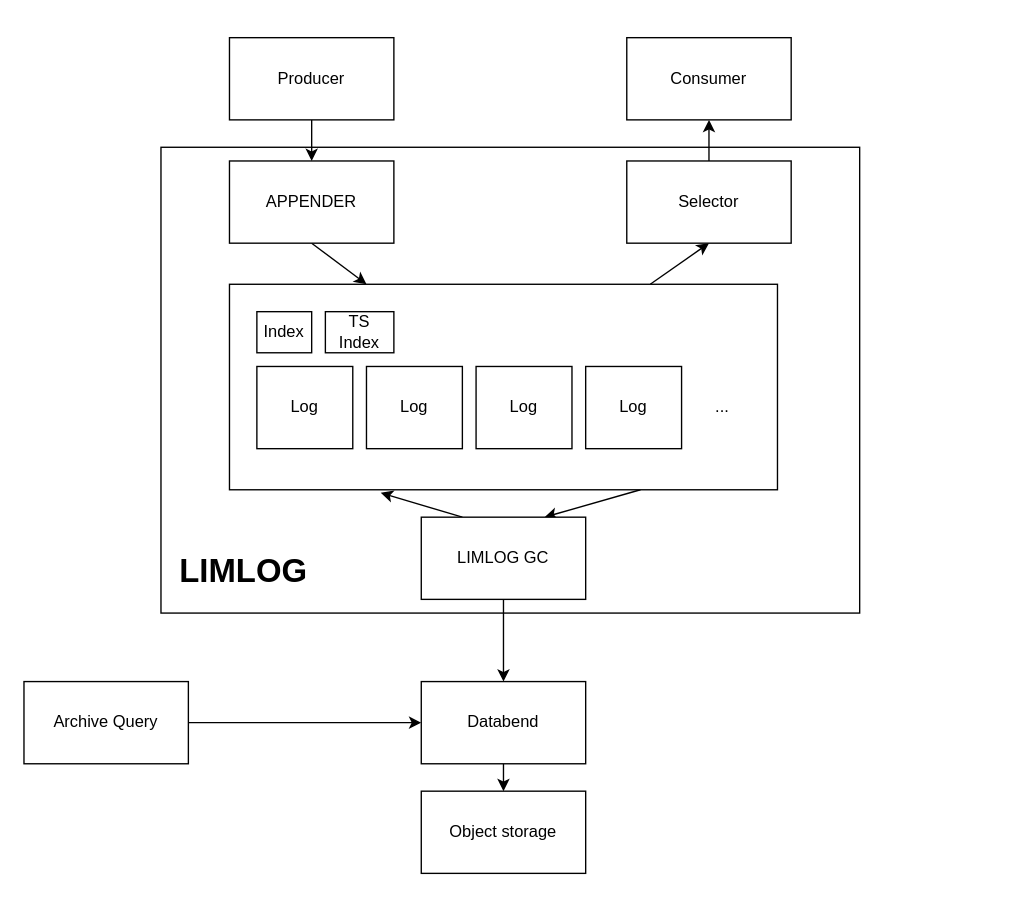
Above: arch.drawio in Limit-LAB/limlog (draw.io), before the change. Source tidied: cells renumbered, new cells numbered last; positions are measured from the earlier drawing's top-left corner, leaving out a move shared by most shapes. Both pictures are drawn from the tidied source at 137%, with x=0, y=0 at pixel (23, 37).
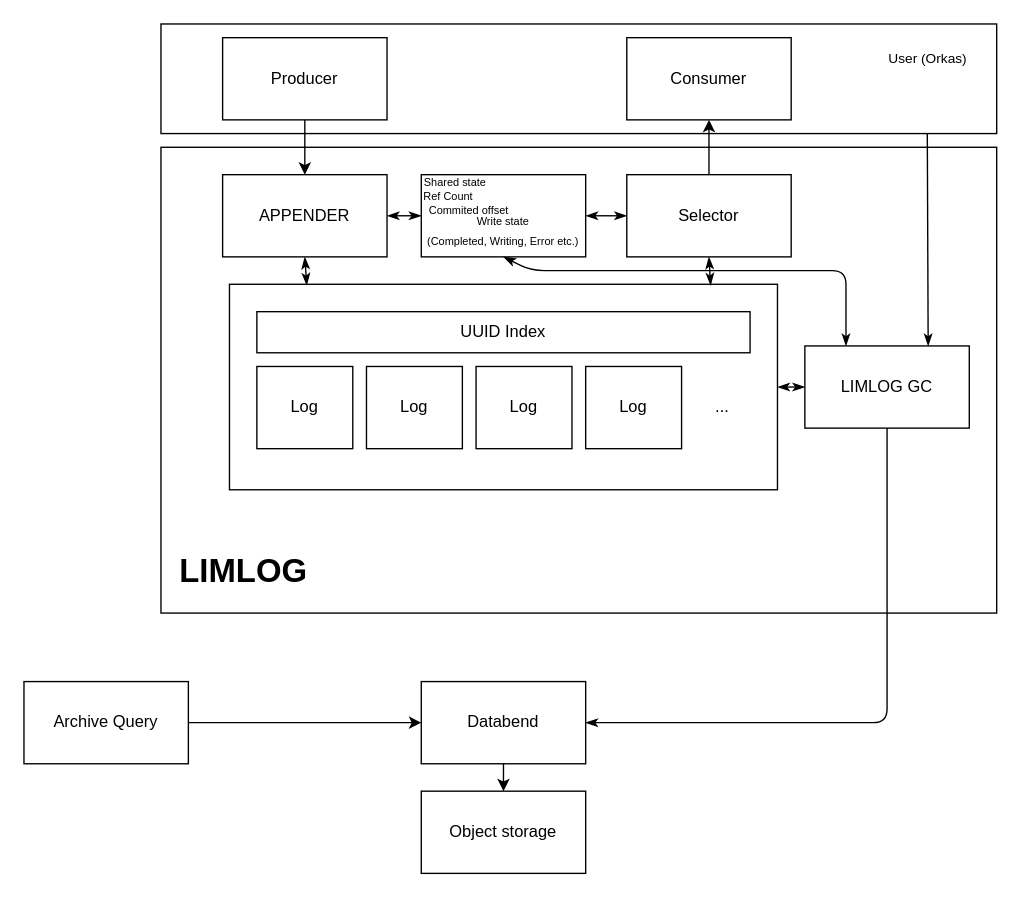
Above is the later version.

Unchanged cells that the change refers to:
```xml
<mxCell id="9" style="rounded=0;whiteSpace=wrap;html=1;" parent="1" vertex="1">
  <mxGeometry x="150" y="180" width="400" height="150" as="geometry" />
</mxCell>
<mxCell id="21" value="Databend" style="rounded=0;whiteSpace=wrap;html=1;" parent="1" vertex="1">
  <mxGeometry x="290" y="470" width="120" height="60" as="geometry" />
</mxCell>
```

Change to the diagram source:
```diff
@@
+    <mxCell id="29" style="rounded=0;whiteSpace=wrap;html=1;" parent="1" vertex="1">
+      <mxGeometry x="100" y="-10" width="610" height="80" as="geometry" />
+    </mxCell>
     <mxCell id="2" style="rounded=0;whiteSpace=wrap;html=1;" parent="1" vertex="1">
-      <mxGeometry x="100" y="80" width="510" height="340" as="geometry" />
+      <mxGeometry x="100" y="80" width="610" height="340" as="geometry" />
     </mxCell>
+    <mxCell id="30" style="edgeStyle=none;html=1;exitX=1;exitY=0.5;exitDx=0;exitDy=0;entryX=0;entryY=0;entryDx=0;entryDy=0;fontSize=8;startArrow=classicThin;startFill=1;endArrow=classicThin;endFill=1;" parent="1" edge="1" source="4" target="38">
+      <mxGeometry relative="1" as="geometry" />
+    </mxCell>
-    <mxCell id="3" style="edgeStyle=none;html=1;exitX=0.5;exitY=1;exitDx=0;exitDy=0;" parent="1" edge="1" source="4" target="9">
+    <mxCell id="3" style="edgeStyle=none;html=1;exitX=0.5;exitY=1;exitDx=0;exitDy=0;entryX=0.141;entryY=0.005;entryDx=0;entryDy=0;entryPerimeter=0;fontSize=8;startArrow=classicThin;startFill=1;endArrow=classicThin;endFill=1;" parent="1" edge="1" source="4" target="9">
       <mxGeometry relative="1" as="geometry" />
     </mxCell>
     <mxCell id="4" value="APPENDER" style="rounded=0;whiteSpace=wrap;html=1;" parent="1" vertex="1">
-      <mxGeometry x="150" y="90" width="120" height="60" as="geometry" />
+      <mxGeometry x="145" y="100" width="120" height="60" as="geometry" />
     </mxCell>
@@
     <mxCell id="6" value="Producer" style="rounded=0;whiteSpace=wrap;html=1;" parent="1" vertex="1">
-      <mxGeometry x="150" width="120" height="60" as="geometry" />
+      <mxGeometry x="145" width="120" height="60" as="geometry" />
     </mxCell>
-    <mxCell id="7" style="edgeStyle=none;html=1;entryX=0.5;entryY=1;entryDx=0;entryDy=0;" parent="1" edge="1" source="9" target="18">
-      <mxGeometry relative="1" as="geometry" />
-    </mxCell>
-    <mxCell id="8" style="edgeStyle=none;html=1;exitX=0.75;exitY=1;exitDx=0;exitDy=0;entryX=0.75;entryY=0;entryDx=0;entryDy=0;" parent="1" edge="1" source="9" target="24">
-      <mxGeometry relative="1" as="geometry" />
-    </mxCell>
@@
-    <mxCell id="10" value="Index" style="rounded=0;whiteSpace=wrap;html=1;" parent="1" vertex="1">
-      <mxGeometry x="170" y="200" width="40" height="30" as="geometry" />
+    <mxCell id="10" value="UUID Index" style="rounded=0;whiteSpace=wrap;html=1;" parent="1" vertex="1">
+      <mxGeometry x="170" y="200" width="360" height="30" as="geometry" />
     </mxCell>
-    <mxCell id="11" value="TS Index" style="rounded=0;whiteSpace=wrap;html=1;" parent="1" vertex="1">
-      <mxGeometry x="220" y="200" width="50" height="30" as="geometry" />
-    </mxCell>
@@
+    <mxCell id="31" style="edgeStyle=none;html=1;exitX=0.5;exitY=1;exitDx=0;exitDy=0;entryX=0.878;entryY=0.005;entryDx=0;entryDy=0;entryPerimeter=0;fontSize=8;startArrow=classicThin;startFill=1;endArrow=classicThin;endFill=1;" parent="1" edge="1" source="18" target="9">
+      <mxGeometry relative="1" as="geometry" />
+    </mxCell>
     <mxCell id="18" value="Selector" style="rounded=0;whiteSpace=wrap;html=1;" parent="1" vertex="1">
-      <mxGeometry x="440" y="90" width="120" height="60" as="geometry" />
+      <mxGeometry x="440" y="100" width="120" height="60" as="geometry" />
     </mxCell>
@@
-    <mxCell id="22" style="edgeStyle=none;html=1;exitX=0.25;exitY=0;exitDx=0;exitDy=0;entryX=0.276;entryY=1.015;entryDx=0;entryDy=0;entryPerimeter=0;" parent="1" edge="1" source="24" target="9">
+    <mxCell id="22" style="edgeStyle=none;html=1;fontSize=8;startArrow=classicThin;startFill=1;endArrow=classicThin;endFill=1;entryX=1;entryY=0.5;entryDx=0;entryDy=0;" parent="1" edge="1" source="24" target="9">
       <mxGeometry relative="1" as="geometry" />
     </mxCell>
-    <mxCell id="23" style="edgeStyle=none;html=1;exitX=0.5;exitY=1;exitDx=0;exitDy=0;entryX=0.5;entryY=0;entryDx=0;entryDy=0;" parent="1" edge="1" source="24" target="21">
-      <mxGeometry relative="1" as="geometry" />
+    <mxCell id="23" style="edgeStyle=none;html=1;exitX=0.5;exitY=1;exitDx=0;exitDy=0;entryX=1;entryY=0.5;entryDx=0;entryDy=0;fontSize=8;startArrow=none;startFill=0;endArrow=classicThin;endFill=1;" parent="1" edge="1" source="24" target="21">
+      <mxGeometry relative="1" as="geometry">
+        <Array as="points">
+          <mxPoint x="630" y="500" />
+        </Array>
+      </mxGeometry>
     </mxCell>
     <mxCell id="24" value="LIMLOG GC" style="rounded=0;whiteSpace=wrap;html=1;" parent="1" vertex="1">
-      <mxGeometry x="290" y="350" width="120" height="60" as="geometry" />
+      <mxGeometry x="570" y="225" width="120" height="60" as="geometry" />
     </mxCell>
@@
+    <mxCell id="32" style="edgeStyle=none;html=1;exitX=1;exitY=0;exitDx=0;exitDy=0;entryX=0;entryY=0.5;entryDx=0;entryDy=0;fontSize=8;startArrow=classicThin;startFill=1;endArrow=classicThin;endFill=1;" parent="1" edge="1" source="38" target="18">
+      <mxGeometry relative="1" as="geometry" />
+    </mxCell>
+    <mxCell id="33" style="group;" parent="1" vertex="1">
+      <mxGeometry x="290" y="100" width="120" height="60" as="geometry" />
+    </mxCell>
+    <mxCell id="34" style="rounded=0;whiteSpace=wrap;html=1;" parent="33" vertex="1">
+      <mxGeometry width="120" height="60" as="geometry" />
+    </mxCell>
+    <mxCell id="35" value="&lt;font style=&quot;font-size: 8px;&quot;&gt;Shared state&lt;/font&gt;" style="text;html=1;strokeColor=none;fillColor=none;align=center;verticalAlign=middle;whiteSpace=wrap;rounded=0;" parent="33" vertex="1">
+      <mxGeometry width="50" height="10" as="geometry" />
+    </mxCell>
+    <mxCell id="36" value="&lt;span style=&quot;font-size: 8px;&quot;&gt;Ref Count&lt;/span&gt;" style="text;html=1;strokeColor=none;fillColor=none;align=center;verticalAlign=middle;whiteSpace=wrap;rounded=0;" parent="33" vertex="1">
+      <mxGeometry y="10" width="40" height="10" as="geometry" />
+    </mxCell>
+    <mxCell id="37" value="&lt;span style=&quot;font-size: 8px;&quot;&gt;Commited offset&lt;/span&gt;" style="text;html=1;strokeColor=none;fillColor=none;align=center;verticalAlign=middle;whiteSpace=wrap;rounded=0;" parent="33" vertex="1">
+      <mxGeometry y="20" width="70" height="10" as="geometry" />
+    </mxCell>
+    <mxCell id="38" value="&lt;span style=&quot;font-size: 8px;&quot;&gt;Write state &lt;br&gt;(Completed, Writing, Error etc.)&lt;/span&gt;" style="text;html=1;strokeColor=none;fillColor=none;align=center;verticalAlign=middle;whiteSpace=wrap;rounded=0;" parent="33" vertex="1">
+      <mxGeometry y="30" width="120" height="20" as="geometry" />
+    </mxCell>
+    <mxCell id="39" style="edgeStyle=none;html=1;exitX=0.5;exitY=1;exitDx=0;exitDy=0;entryX=0.25;entryY=0;entryDx=0;entryDy=0;fontSize=8;startArrow=classicThin;startFill=1;endArrow=classicThin;endFill=1;" parent="1" edge="1" source="34" target="24">
+      <mxGeometry relative="1" as="geometry">
+        <Array as="points">
+          <mxPoint x="370" y="170" />
+          <mxPoint x="600" y="170" />
+        </Array>
+      </mxGeometry>
+    </mxCell>
+    <mxCell id="40" value="&lt;font size=&quot;1&quot;&gt;User (Orkas)&lt;/font&gt;" style="text;html=1;strokeColor=none;fillColor=none;align=center;verticalAlign=middle;whiteSpace=wrap;rounded=0;fontSize=8;" parent="1" vertex="1">
+      <mxGeometry x="630" width="60" height="30" as="geometry" />
+    </mxCell>
+    <mxCell id="41" style="edgeStyle=none;html=1;exitX=0.917;exitY=1.001;exitDx=0;exitDy=0;fontSize=12;startArrow=none;startFill=0;endArrow=classicThin;endFill=1;exitPerimeter=0;entryX=0.75;entryY=0;entryDx=0;entryDy=0;" parent="1" edge="1" source="29" target="24">
+      <mxGeometry relative="1" as="geometry" />
+    </mxCell>
```
